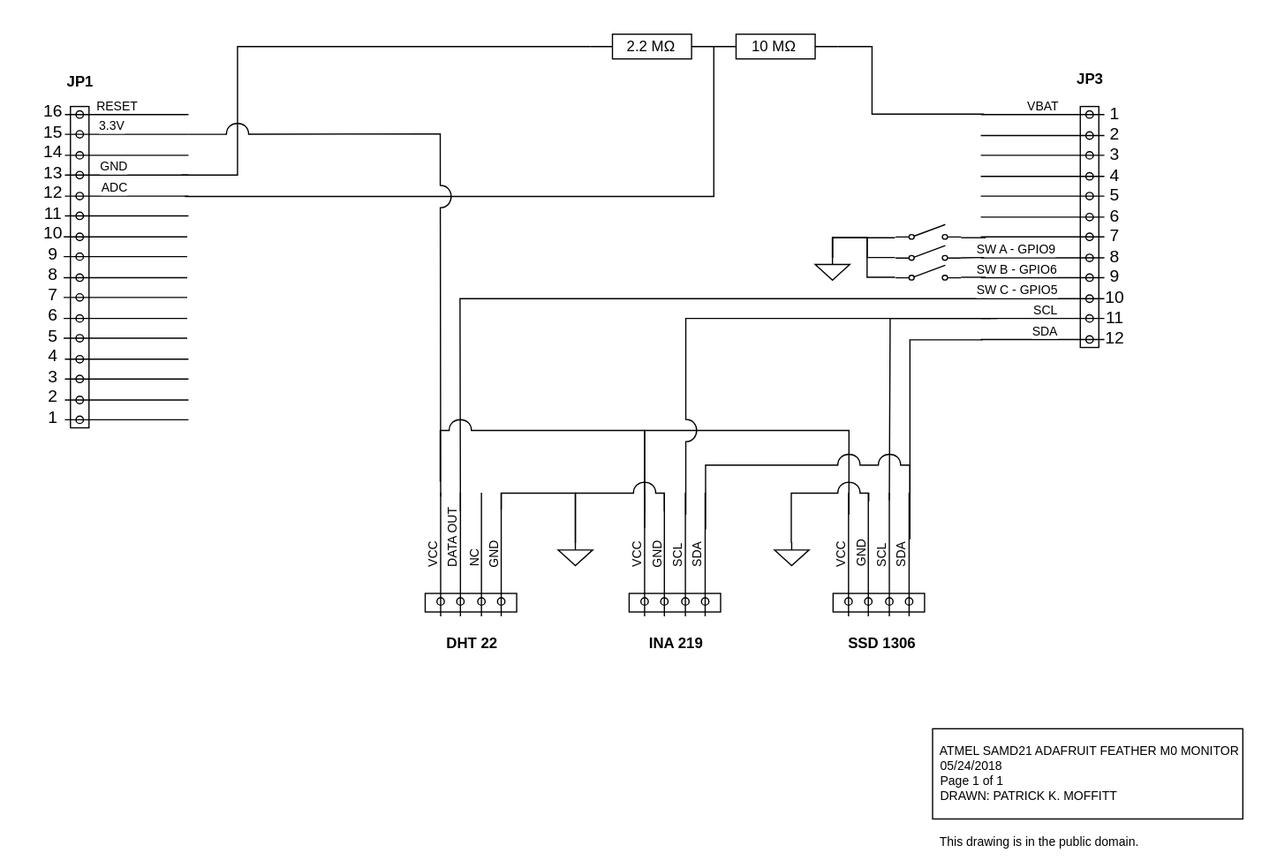
The draw.io diagram images/Atmel_SAMD21_AdaFruit_Feather_M0_Monitor.svg in patrickmoffitt/Atmel-SAMD21-Monitor, before a commit. Source tidied: cells renumbered, new cells last; positions are measured from the earlier drawing's top-left corner, leaving out a move shared by most shapes.
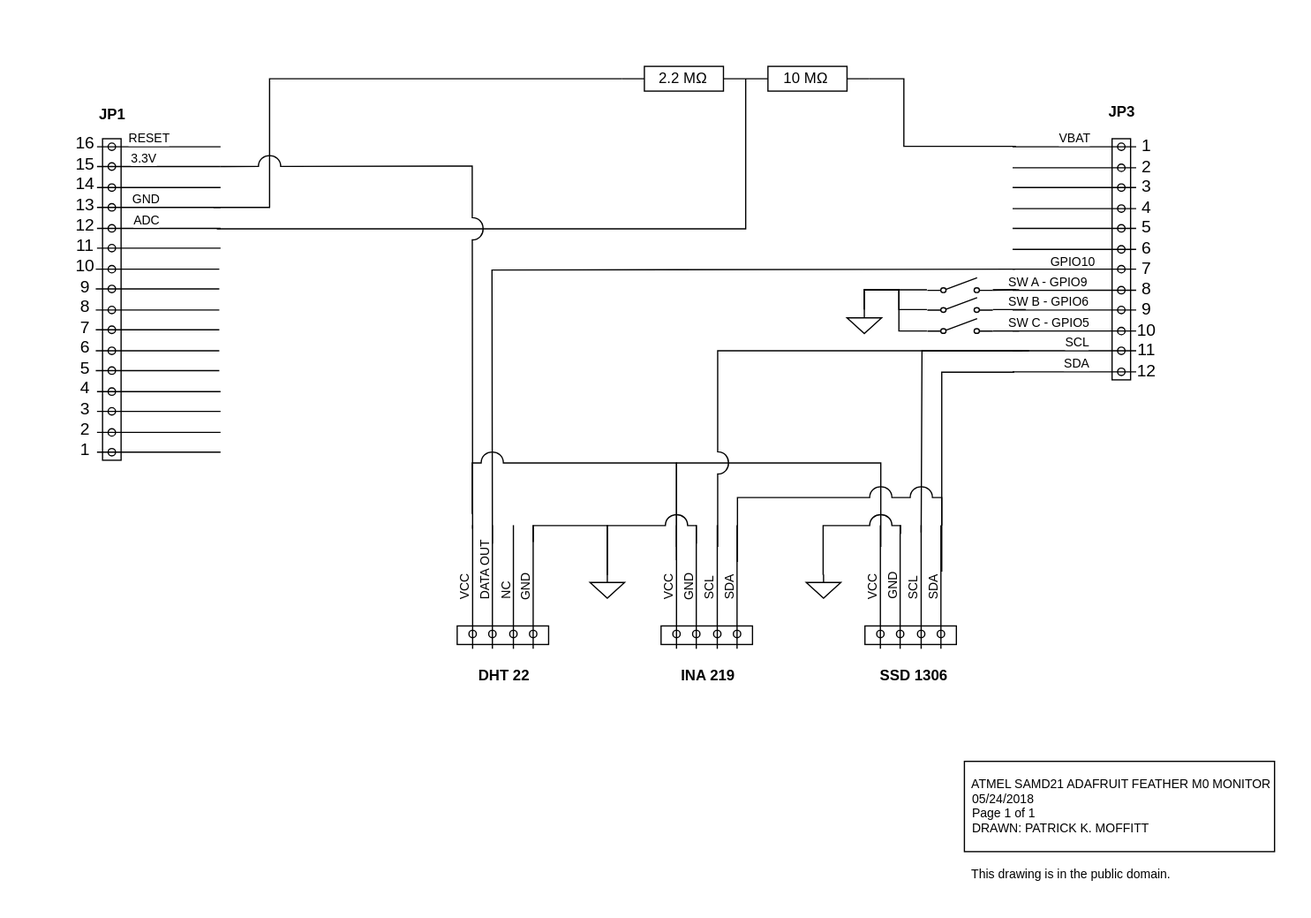
The same diagram one commit later.

Commit message:
Corrected schematic. DHT22 data out now correct.

What changed in the source:
```diff
@@ -14,7 +14,7 @@
     </mxCell>
     <mxCell id="3" style="edgeStyle=orthogonalEdgeStyle;rounded=0;jumpStyle=arc;jumpSize=18;html=1;startArrow=none;startFill=0;endArrow=none;endFill=0;jettySize=auto;orthogonalLoop=1;fontSize=10;" parent="1" edge="1">
       <mxGeometry relative="1" as="geometry">
-        <mxPoint x="770" y="214" as="sourcePoint" />
+        <mxPoint x="768" y="164" as="sourcePoint" />
         <mxPoint x="345" y="386" as="targetPoint" />
       </mxGeometry>
     </mxCell>
@@ -674,11 +674,11 @@
     </mxCell>
     <mxCell id="145" style="edgeStyle=orthogonalEdgeStyle;rounded=0;jumpStyle=arc;jumpSize=18;html=1;exitX=1;exitY=0.84;exitPerimeter=0;startArrow=none;startFill=0;endArrow=none;endFill=0;jettySize=auto;fontSize=10;" parent="1" edge="1" source="146">
       <mxGeometry relative="1" as="geometry">
-        <mxPoint x="770" y="164" as="targetPoint" />
+        <mxPoint x="771" y="181" as="targetPoint" />
       </mxGeometry>
     </mxCell>
     <mxCell id="146" style="verticalLabelPosition=bottom;shadow=0;dashed=0;align=center;fillColor=#ffffff;html=1;verticalAlign=top;strokeWidth=1;shape=mxgraph.electrical.electro-mechanical.simple_switch;labelBackgroundColor=none;fontSize=10;" parent="1" vertex="1">
-      <mxGeometry x="697" y="154" width="53" height="12" as="geometry" />
+      <mxGeometry x="697" y="171" width="53" height="12" as="geometry" />
     </mxCell>
     <mxCell id="147" style="edgeStyle=orthogonalEdgeStyle;rounded=0;jumpStyle=arc;jumpSize=18;html=1;exitX=1;exitY=0.84;exitPerimeter=0;startArrow=none;startFill=0;endArrow=none;endFill=0;jettySize=auto;orthogonalLoop=1;fontSize=10;" parent="1" edge="1">
       <mxGeometry relative="1" as="geometry">
@@ -686,44 +686,54 @@
         <mxPoint x="769" y="181" as="targetPoint" />
       </mxGeometry>
     </mxCell>
+    <mxCell id="155" style="edgeStyle=orthogonalEdgeStyle;rounded=0;jumpStyle=arc;jumpSize=18;html=1;exitX=1;exitY=0.84;exitPerimeter=0;startArrow=none;startFill=0;endArrow=none;endFill=0;jettySize=auto;strokeColor=#000000;fontSize=10;" parent="1" edge="1" source="148">
+      <mxGeometry relative="1" as="geometry">
+        <mxPoint x="776" y="197" as="targetPoint" />
+      </mxGeometry>
+    </mxCell>
     <mxCell id="148" style="verticalLabelPosition=bottom;shadow=0;dashed=0;align=center;fillColor=#ffffff;html=1;verticalAlign=top;strokeWidth=1;shape=mxgraph.electrical.electro-mechanical.simple_switch;labelBackgroundColor=none;fontSize=10;" parent="1" vertex="1">
-      <mxGeometry x="697" y="171" width="53" height="12" as="geometry" />
+      <mxGeometry x="697" y="187" width="53" height="12" as="geometry" />
     </mxCell>
     <mxCell id="149" style="edgeStyle=orthogonalEdgeStyle;rounded=0;jumpStyle=arc;jumpSize=18;html=1;exitX=1;exitY=0.84;exitPerimeter=0;startArrow=none;startFill=0;endArrow=none;endFill=0;jettySize=auto;fontSize=10;" parent="1" edge="1" source="150">
       <mxGeometry relative="1" as="geometry">
-        <mxPoint x="770" y="197" as="targetPoint" />
+        <mxPoint x="771" y="214" as="targetPoint" />
       </mxGeometry>
     </mxCell>
     <mxCell id="150" style="verticalLabelPosition=bottom;shadow=0;dashed=0;align=center;fillColor=#ffffff;html=1;verticalAlign=top;strokeWidth=1;shape=mxgraph.electrical.electro-mechanical.simple_switch;labelBackgroundColor=none;fontSize=10;" parent="1" vertex="1">
-      <mxGeometry x="697" y="187" width="53" height="12" as="geometry" />
+      <mxGeometry x="697" y="204" width="53" height="12" as="geometry" />
     </mxCell>
     <mxCell id="151" style="edgeStyle=orthogonalEdgeStyle;rounded=0;jumpStyle=arc;jumpSize=18;html=1;exitX=0.5;exitY=0;exitPerimeter=0;entryX=0;entryY=0.84;entryPerimeter=0;startArrow=none;startFill=0;endArrow=none;endFill=0;jettySize=auto;fontSize=10;" parent="1" edge="1" source="154" target="150">
       <mxGeometry relative="1" as="geometry">
         <Array as="points">
-          <mxPoint x="646" y="164" />
-          <mxPoint x="674" y="164" />
-          <mxPoint x="674" y="197" />
+          <mxPoint x="646" y="181" />
+          <mxPoint x="674" y="181" />
+          <mxPoint x="674" y="214" />
         </Array>
       </mxGeometry>
     </mxCell>
     <mxCell id="152" style="edgeStyle=orthogonalEdgeStyle;rounded=0;jumpStyle=arc;jumpSize=18;html=1;exitX=0.5;exitY=0;exitPerimeter=0;entryX=0;entryY=0.84;entryPerimeter=0;startArrow=none;startFill=0;endArrow=none;endFill=0;jettySize=auto;fontSize=10;" parent="1" edge="1" source="154" target="148">
       <mxGeometry relative="1" as="geometry">
         <Array as="points">
-          <mxPoint x="646" y="164" />
-          <mxPoint x="674" y="164" />
+          <mxPoint x="646" y="181" />
           <mxPoint x="674" y="181" />
+          <mxPoint x="674" y="197" />
         </Array>
       </mxGeometry>
     </mxCell>
     <mxCell id="153" style="edgeStyle=orthogonalEdgeStyle;rounded=0;jumpStyle=arc;jumpSize=18;html=1;exitX=0.5;exitY=0;exitPerimeter=0;entryX=0;entryY=0.84;entryPerimeter=0;startArrow=none;startFill=0;endArrow=none;endFill=0;jettySize=auto;fontSize=10;" parent="1" edge="1" source="154" target="146">
       <mxGeometry relative="1" as="geometry">
         <Array as="points">
-          <mxPoint x="646" y="164" />
+          <mxPoint x="646" y="181" />
         </Array>
       </mxGeometry>
     </mxCell>
     <mxCell id="154" style="verticalLabelPosition=bottom;shadow=0;dashed=0;align=center;fillColor=#ffffff;html=1;verticalAlign=top;strokeWidth=1;shape=mxgraph.electrical.signal_sources.signal_ground;labelBackgroundColor=none;fontSize=10;" parent="1" vertex="1">
-      <mxGeometry x="632" y="180" width="28" height="19" as="geometry" />
+      <mxGeometry x="632" y="197" width="28" height="19" as="geometry" />
     </mxCell>
+    <mxCell id="156" value="GPIO10" style="text;html=1;align=center;verticalAlign=middle;labelBackgroundColor=none;fontSize=10;" parent="1" vertex="1">
+      <mxGeometry x="827.3" y="167" as="geometry">
+        <mxPoint x="-13" y="-10" as="offset" />
+      </mxGeometry>
+    </mxCell>
   </root>
 </mxGraphModel>
```
